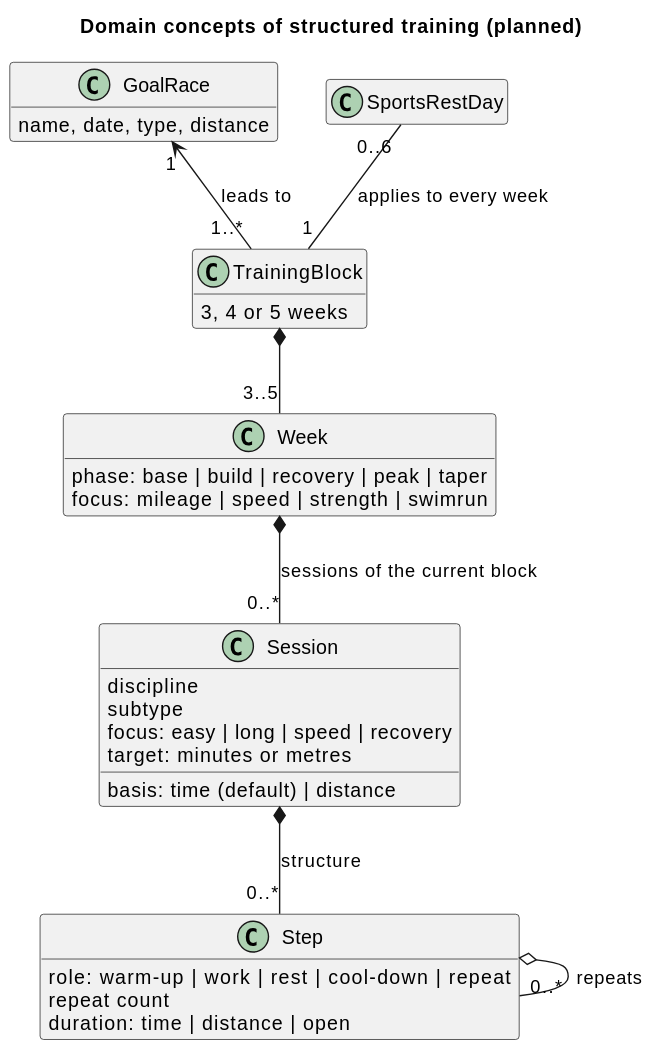
Before: docs/diagrams/domain-concepts-training.svg, a diagram exported from PlantUML (swimrun/tigerlegs).
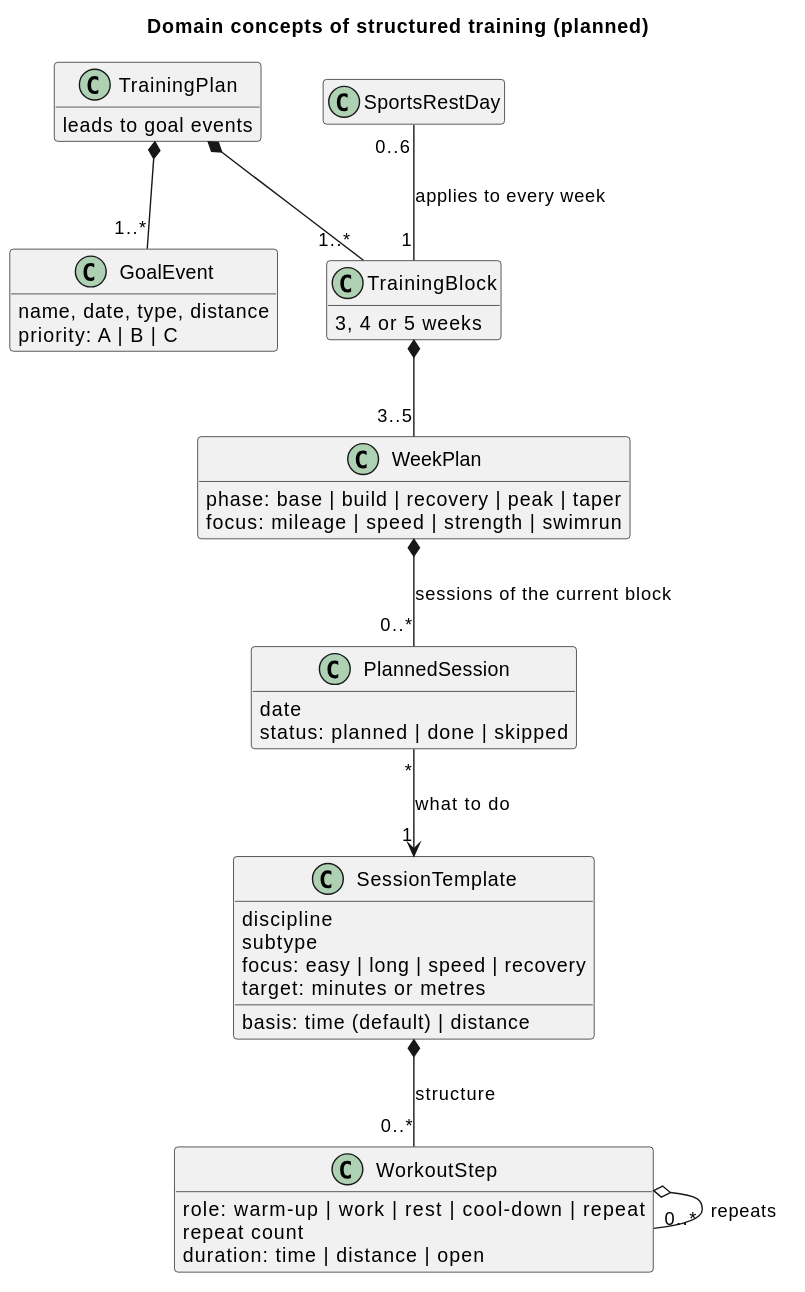
Later version of the same file.

Commit message:
Name the session template and align Figure 2 with the aggregates: SESSION_TEMPLATES in the code and the glossary (#134)

Change to the diagram source:
```diff
@@ -3,34 +3,44 @@
 skinparam classAttributeIconSize 0
 hide empty members
 
-class GoalRace {
+class TrainingPlan {
+  leads to goal events
+}
+class GoalEvent {
   name, date, type, distance
+  priority: A | B | C
 }
 class TrainingBlock {
   3, 4 or 5 weeks
 }
-class Week {
+class WeekPlan {
   phase: base | build | recovery | peak | taper
   focus: mileage | speed | strength | swimrun
 }
-class Session {
+class PlannedSession {
+  date
+  status: planned | done | skipped
+}
+class SessionTemplate {
   discipline
   subtype
   focus: easy | long | speed | recovery
   basis: time (default) | distance
   target: minutes or metres
 }
-class Step {
+class WorkoutStep {
   role: warm-up | work | rest | cool-down | repeat
   repeat count
   duration: time | distance | open
 }
 class SportsRestDay
 
-GoalRace "1" <-- "1..*" TrainingBlock : leads to
-TrainingBlock *-- "3..5" Week
-Week *-- "0..*" Session : sessions of the current block
-Session *-- "0..*" Step : structure
-Step o-- "0..*" Step : repeats
+TrainingPlan *-- "1..*" GoalEvent
+TrainingPlan *-- "1..*" TrainingBlock
+TrainingBlock *-- "3..5" WeekPlan
+WeekPlan *-- "0..*" PlannedSession : sessions of the current block
+PlannedSession "*" --> "1" SessionTemplate : what to do
+SessionTemplate *-- "0..*" WorkoutStep : structure
+WorkoutStep o-- "0..*" WorkoutStep : repeats
 SportsRestDay "0..6" -- "1" TrainingBlock : applies to every week
 @enduml
```
